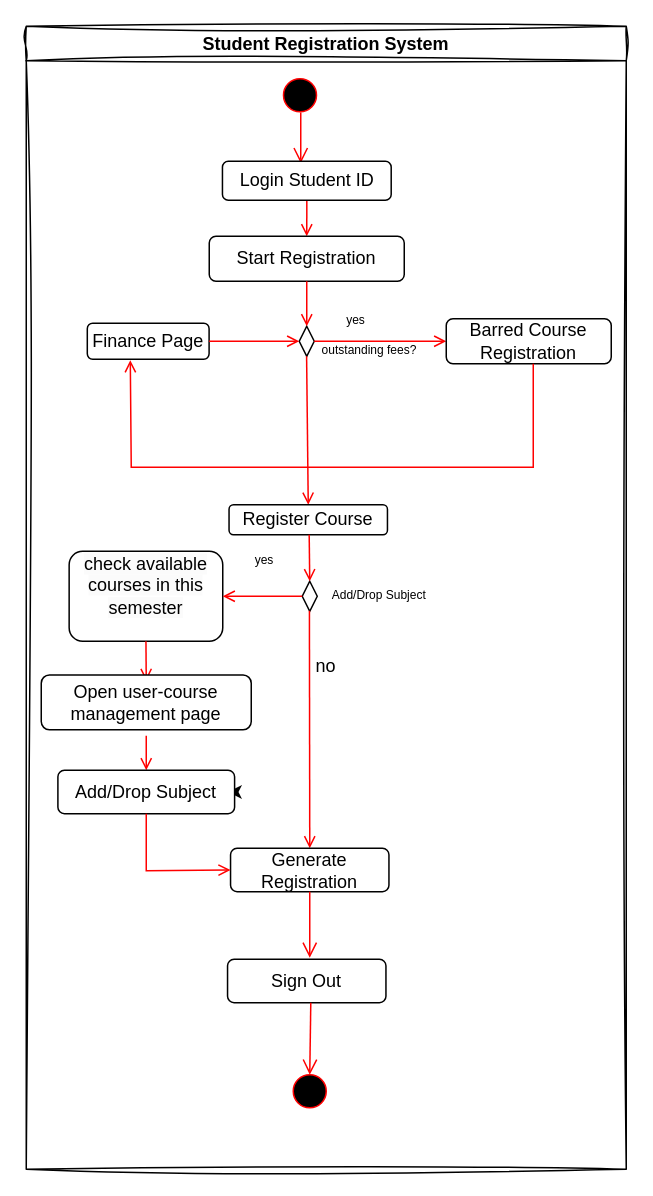
Earlier version of the draw.io diagram Homeworks/Untitled Diagram.drawio (ADogukanTarhan/GAIH_Student_Repo_Example). Source tidied: cells renumbered, new cells numbered last; positions are measured from the earlier drawing's top-left corner, leaving out a move shared by most shapes. Both pictures are drawn from the tidied source at 150%, with x=0, y=0 at pixel (26, 26).
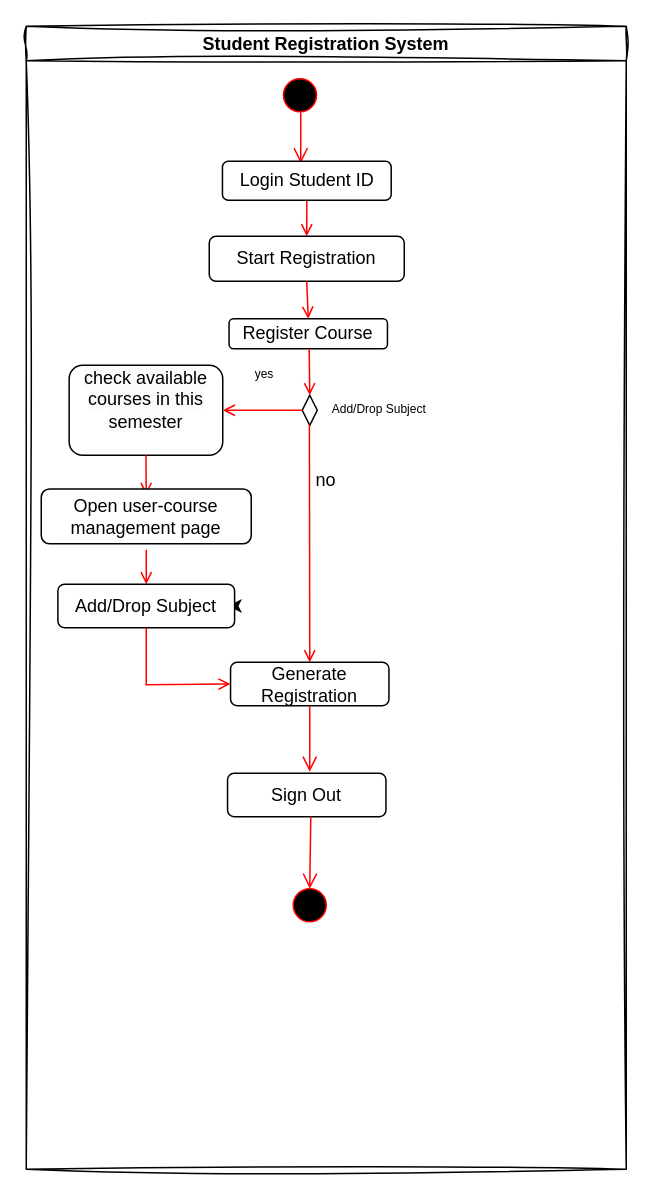
The same page after the edit.

Unchanged cells that the change refers to:
```xml
<mxCell id="2" value="Student Registration System" style="swimlane;whiteSpace=wrap;sketch=1;curveFitting=1;jiggle=2;" parent="1" vertex="1">
  <mxGeometry width="400" height="762" as="geometry" />
</mxCell>
<mxCell id="7" value="Start Registration" style="rounded=1;whiteSpace=wrap;html=1;" parent="2" vertex="1">
  <mxGeometry x="122" y="140" width="130" height="30" as="geometry" />
</mxCell>
```

Change to the diagram source:
```diff
@@
-    <mxCell id="8" style="rhombus;whiteSpace=wrap;html=1;" parent="2" vertex="1">
-      <mxGeometry x="182" y="200" width="10" height="20" as="geometry" />
-    </mxCell>
-    <mxCell id="9" style="endArrow=open;strokeColor=#FF0000;endFill=1;rounded=0;entryX=0.5;entryY=0;entryDx=0;entryDy=0;exitX=0.5;exitY=1;exitDx=0;exitDy=0;" parent="2" edge="1" source="7" target="8">
+    <mxCell id="9" style="endArrow=open;strokeColor=#FF0000;endFill=1;rounded=0;entryX=0.5;entryY=0;entryDx=0;entryDy=0;exitX=0.5;exitY=1;exitDx=0;exitDy=0;" parent="2" edge="1" source="7" target="15">
       <mxGeometry relative="1" as="geometry" />
     </mxCell>
-    <mxCell id="10" style="endArrow=open;strokeColor=#FF0000;endFill=1;rounded=0;exitX=1;exitY=0.5;exitDx=0;exitDy=0;" parent="2" edge="1" source="8">
-      <mxGeometry relative="1" as="geometry">
-        <mxPoint x="280" y="210" as="targetPoint" />
-      </mxGeometry>
-    </mxCell>
-    <mxCell id="11" value="&lt;font style=&quot;font-size: 8px;&quot;&gt;yes&lt;/font&gt;" style="text;html=1;strokeColor=none;fillColor=none;align=center;verticalAlign=middle;whiteSpace=wrap;rounded=0;" parent="2" vertex="1">
-      <mxGeometry x="190" y="180" width="60" height="30" as="geometry" />
-    </mxCell>
-    <mxCell id="12" value="Barred Course Registration" style="rounded=1;whiteSpace=wrap;html=1;" parent="2" vertex="1">
-      <mxGeometry x="280" y="195" width="110" height="30" as="geometry" />
-    </mxCell>
-    <mxCell id="13" value="&lt;font style=&quot;font-size: 8px;&quot;&gt;outstanding fees?&lt;/font&gt;" style="text;html=1;strokeColor=none;fillColor=none;align=center;verticalAlign=middle;whiteSpace=wrap;rounded=0;" parent="2" vertex="1">
-      <mxGeometry x="188.8" y="200" width="80" height="30" as="geometry" />
-    </mxCell>
-    <mxCell id="14" style="endArrow=open;strokeColor=#FF0000;endFill=1;rounded=0;entryX=0.5;entryY=0;entryDx=0;entryDy=0;exitX=0.5;exitY=1;exitDx=0;exitDy=0;" parent="2" edge="1">
-      <mxGeometry relative="1" as="geometry">
-        <mxPoint x="186.9" y="220" as="sourcePoint" />
-        <mxPoint x="188" y="319" as="targetPoint" />
-      </mxGeometry>
-    </mxCell>
     <mxCell id="15" value="Register Course" style="rounded=1;whiteSpace=wrap;html=1;" parent="2" vertex="1">
-      <mxGeometry x="135.2" y="319" width="105.6" height="20" as="geometry" />
+      <mxGeometry x="135.2" y="195" width="105.6" height="20" as="geometry" />
     </mxCell>
     <mxCell id="16" value="&#10;&lt;span style=&quot;color: rgb(0, 0, 0); font-family: Helvetica; font-size: 12px; font-style: normal; font-variant-ligatures: normal; font-variant-caps: normal; font-weight: 400; letter-spacing: normal; orphans: 2; text-align: center; text-indent: 0px; text-transform: none; widows: 2; word-spacing: 0px; -webkit-text-stroke-width: 0px; background-color: rgb(251, 251, 251); text-decoration-thickness: initial; text-decoration-style: initial; text-decoration-color: initial; float: none; display: inline !important;&quot;&gt;check available courses in this semester&lt;/span&gt;&lt;br style=&quot;border-color: var(--border-color); color: rgb(0, 0, 0); font-family: Helvetica; font-size: 12px; font-style: normal; font-variant-ligatures: normal; font-variant-caps: normal; font-weight: 400; letter-spacing: normal; orphans: 2; text-align: center; text-indent: 0px; text-transform: none; widows: 2; word-spacing: 0px; -webkit-text-stroke-width: 0px; background-color: rgb(251, 251, 251); text-decoration-thickness: initial; text-decoration-style: initial; text-decoration-color: initial;&quot;&gt;&#10;&#10;" style="rounded=1;whiteSpace=wrap;html=1;" parent="2" vertex="1">
-      <mxGeometry x="28.6" y="350" width="102.4" height="60" as="geometry" />
+      <mxGeometry x="28.6" y="226" width="102.4" height="60" as="geometry" />
     </mxCell>
     <mxCell id="17" style="rhombus;whiteSpace=wrap;html=1;" parent="2" vertex="1">
-      <mxGeometry x="184" y="370" width="10" height="20" as="geometry" />
+      <mxGeometry x="184" y="246" width="10" height="20" as="geometry" />
     </mxCell>
@@
     <mxCell id="19" value="&lt;font style=&quot;font-size: 8px;&quot;&gt;yes&lt;/font&gt;" style="text;html=1;strokeColor=none;fillColor=none;align=center;verticalAlign=middle;whiteSpace=wrap;rounded=0;" parent="2" vertex="1">
-      <mxGeometry x="128.8" y="340" width="60" height="30" as="geometry" />
+      <mxGeometry x="128.8" y="216" width="60" height="30" as="geometry" />
     </mxCell>
     <mxCell id="20" style="endArrow=open;strokeColor=#FF0000;endFill=1;rounded=0;entryX=0.5;entryY=0;entryDx=0;entryDy=0;exitX=0.5;exitY=1;exitDx=0;exitDy=0;" parent="2" edge="1" source="16">
       <mxGeometry relative="1" as="geometry">
-        <mxPoint x="80" y="436.5" as="targetPoint" />
+        <mxPoint x="80" y="312.5" as="targetPoint" />
       </mxGeometry>
     </mxCell>
     <mxCell id="21" value="Open user-course management page" style="rounded=1;whiteSpace=wrap;html=1;" parent="2" vertex="1">
-      <mxGeometry x="10" y="432.5" width="140" height="36.5" as="geometry" />
+      <mxGeometry x="10" y="308.5" width="140" height="36.5" as="geometry" />
     </mxCell>
@@
     <mxCell id="23" value="Generate Registration" style="rounded=1;whiteSpace=wrap;html=1;" parent="2" vertex="1">
-      <mxGeometry x="136.2" y="548" width="105.6" height="29" as="geometry" />
+      <mxGeometry x="136.2" y="424" width="105.6" height="29" as="geometry" />
     </mxCell>
@@
     <mxCell id="25" style="endArrow=open;strokeColor=#FF0000;endFill=1;rounded=0;exitX=0.5;exitY=1;exitDx=0;exitDy=0;entryX=0.5;entryY=0;entryDx=0;entryDy=0;" parent="2" edge="1" target="27">
       <mxGeometry relative="1" as="geometry">
-        <mxPoint x="80" y="473" as="sourcePoint" />
+        <mxPoint x="80" y="349" as="sourcePoint" />
       </mxGeometry>
     </mxCell>
     <mxCell id="26" style="edgeStyle=orthogonalEdgeStyle;rounded=0;jettySize=auto;html=1;exitX=1;exitY=0.5;exitDx=0;exitDy=0;" parent="2" edge="1" source="27">
       <mxGeometry relative="1" as="geometry">
-        <mxPoint x="134.6" y="510.4" as="targetPoint" />
+        <mxPoint x="134.6" y="386.4" as="targetPoint" />
       </mxGeometry>
     </mxCell>
     <mxCell id="27" value="Add/Drop Subject" style="rounded=1;whiteSpace=wrap;html=1;" parent="2" vertex="1">
-      <mxGeometry x="21.1" y="496" width="117.8" height="29" as="geometry" />
+      <mxGeometry x="21.1" y="372" width="117.8" height="29" as="geometry" />
     </mxCell>
     <mxCell id="28" style="endArrow=open;strokeColor=#FF0000;endFill=1;rounded=0;exitX=0.5;exitY=1;exitDx=0;exitDy=0;entryX=0;entryY=0.5;entryDx=0;entryDy=0;" parent="2" edge="1" source="27" target="23">
       <mxGeometry relative="1" as="geometry">
         <Array as="points">
-          <mxPoint x="80" y="563" />
+          <mxPoint x="80" y="439" />
         </Array>
       </mxGeometry>
     </mxCell>
     <mxCell id="29" value="&lt;font style=&quot;font-size: 8px;&quot;&gt;Add/Drop Subject&lt;/font&gt;" style="text;html=1;strokeColor=none;fillColor=none;align=center;verticalAlign=middle;whiteSpace=wrap;rounded=0;" parent="2" vertex="1">
-      <mxGeometry x="190" y="369" width="91.2" height="17" as="geometry" />
+      <mxGeometry x="190" y="245" width="91.2" height="17" as="geometry" />
     </mxCell>
-    <mxCell id="30" value="Finance Page" style="rounded=1;whiteSpace=wrap;html=1;" parent="2" vertex="1">
-      <mxGeometry x="40.7" y="198" width="81.2" height="24" as="geometry" />
-    </mxCell>
-    <mxCell id="31" style="endArrow=open;strokeColor=#FF0000;endFill=1;rounded=0;exitX=0.5;exitY=1;exitDx=0;exitDy=0;entryX=0.353;entryY=1.025;entryDx=0;entryDy=0;entryPerimeter=0;" parent="2" edge="1" target="30">
-      <mxGeometry relative="1" as="geometry">
-        <mxPoint x="338" y="225" as="sourcePoint" />
-        <Array as="points">
-          <mxPoint x="338" y="294" />
-          <mxPoint x="70" y="294" />
-        </Array>
-      </mxGeometry>
-    </mxCell>
-    <mxCell id="32" style="endArrow=open;strokeColor=#FF0000;endFill=1;rounded=0;entryX=0;entryY=0.5;entryDx=0;entryDy=0;exitX=1;exitY=0.5;exitDx=0;exitDy=0;" parent="2" edge="1" source="30" target="8">
-      <mxGeometry relative="1" as="geometry" />
-    </mxCell>
     <mxCell id="33" value="no" style="text;html=1;strokeColor=none;fillColor=none;align=center;verticalAlign=middle;whiteSpace=wrap;rounded=0;" parent="2" vertex="1">
-      <mxGeometry x="170" y="412" width="60" height="30" as="geometry" />
+      <mxGeometry x="170" y="288" width="60" height="30" as="geometry" />
     </mxCell>
     <mxCell id="34" style="ellipse;shape=startState;fillColor=#000000;strokeColor=#ff0000;" parent="2" vertex="1">
-      <mxGeometry x="174" y="695" width="30" height="30" as="geometry" />
+      <mxGeometry x="174" y="571" width="30" height="30" as="geometry" />
     </mxCell>
     <mxCell id="35" style="edgeStyle=elbowEdgeStyle;elbow=horizontal;verticalAlign=bottom;endArrow=open;endSize=8;strokeColor=#FF0000;endFill=1;rounded=0;entryX=0.466;entryY=0.049;entryDx=0;entryDy=0;entryPerimeter=0;exitX=0.5;exitY=1;exitDx=0;exitDy=0;" parent="2" edge="1" source="23">
-      <mxGeometry x="-76.4" y="574" as="geometry">
-        <mxPoint x="189.1" y="621" as="targetPoint" />
+      <mxGeometry x="-76.4" y="450" as="geometry">
+        <mxPoint x="189.1" y="497" as="targetPoint" />
       </mxGeometry>
     </mxCell>
     <mxCell id="36" value="Sign Out" style="rounded=1;whiteSpace=wrap;html=1;" parent="2" vertex="1">
-      <mxGeometry x="134.2" y="622" width="105.6" height="29" as="geometry" />
+      <mxGeometry x="134.2" y="498" width="105.6" height="29" as="geometry" />
     </mxCell>
     <mxCell id="37" style="edgeStyle=elbowEdgeStyle;elbow=horizontal;verticalAlign=bottom;endArrow=open;endSize=8;strokeColor=#FF0000;endFill=1;rounded=0;entryX=0.466;entryY=0.049;entryDx=0;entryDy=0;entryPerimeter=0;exitX=0.5;exitY=1;exitDx=0;exitDy=0;" parent="2" edge="1">
-      <mxGeometry x="-326.8" y="664" as="geometry">
-        <mxPoint x="189.7" y="651" as="sourcePoint" />
-        <mxPoint x="188.8" y="699" as="targetPoint" />
+      <mxGeometry x="-326.8" y="540" as="geometry">
+        <mxPoint x="189.7" y="527" as="sourcePoint" />
+        <mxPoint x="188.8" y="575" as="targetPoint" />
       </mxGeometry>
     </mxCell>
```
